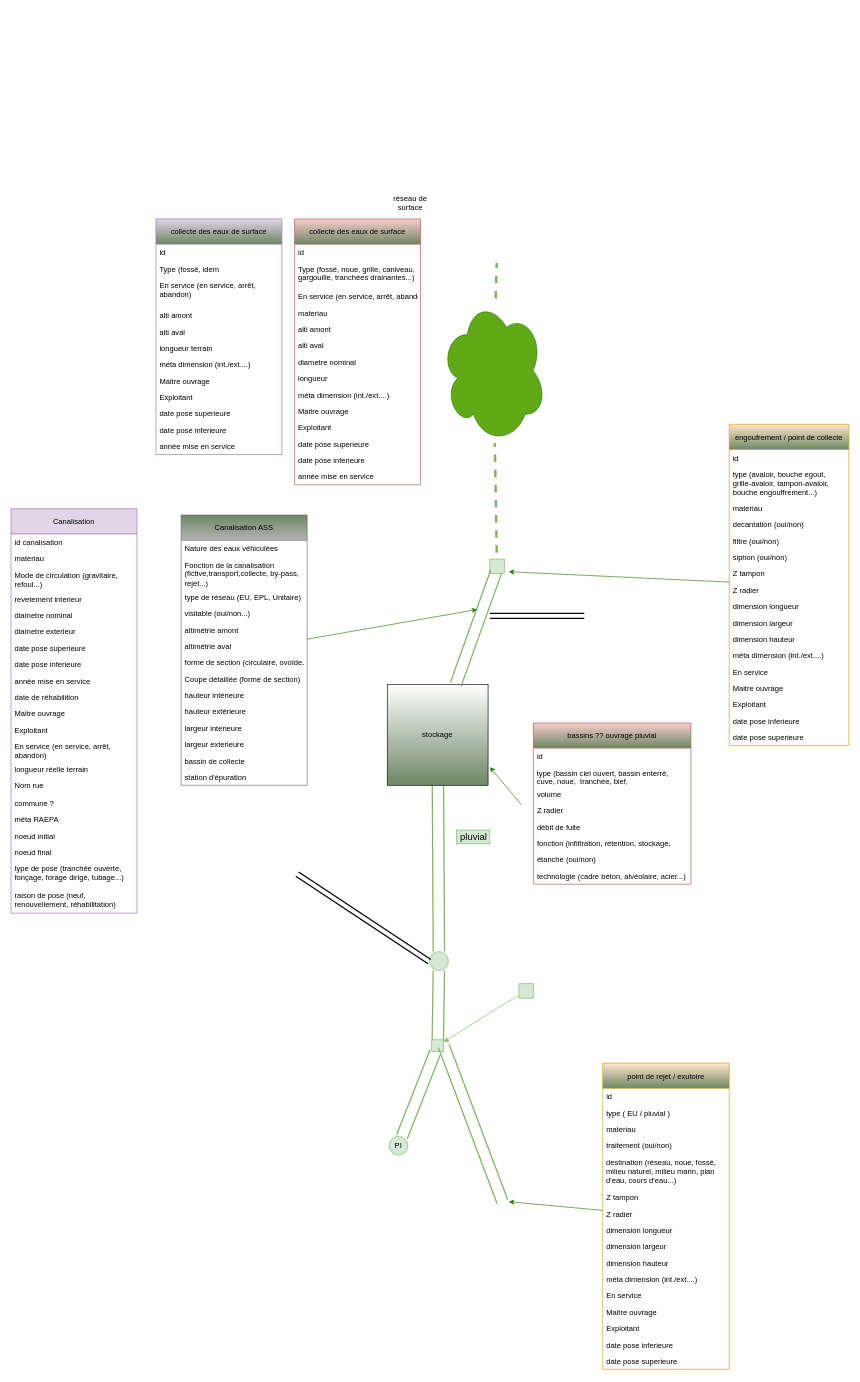
This is page "EPL" (3 of 3) of schema/Rendu_visuel_tableau_matrice.drawio from AlainPasquier/Reseaux-eaux_CNIG, a draw.io file, before an edit. Source tidied: cells renumbered, new cells numbered last; positions are measured from the earlier drawing's top-left corner, leaving out a move shared by most shapes. Both pictures are drawn from the tidied source at 63%, with x=0, y=0 at pixel (11, 193).
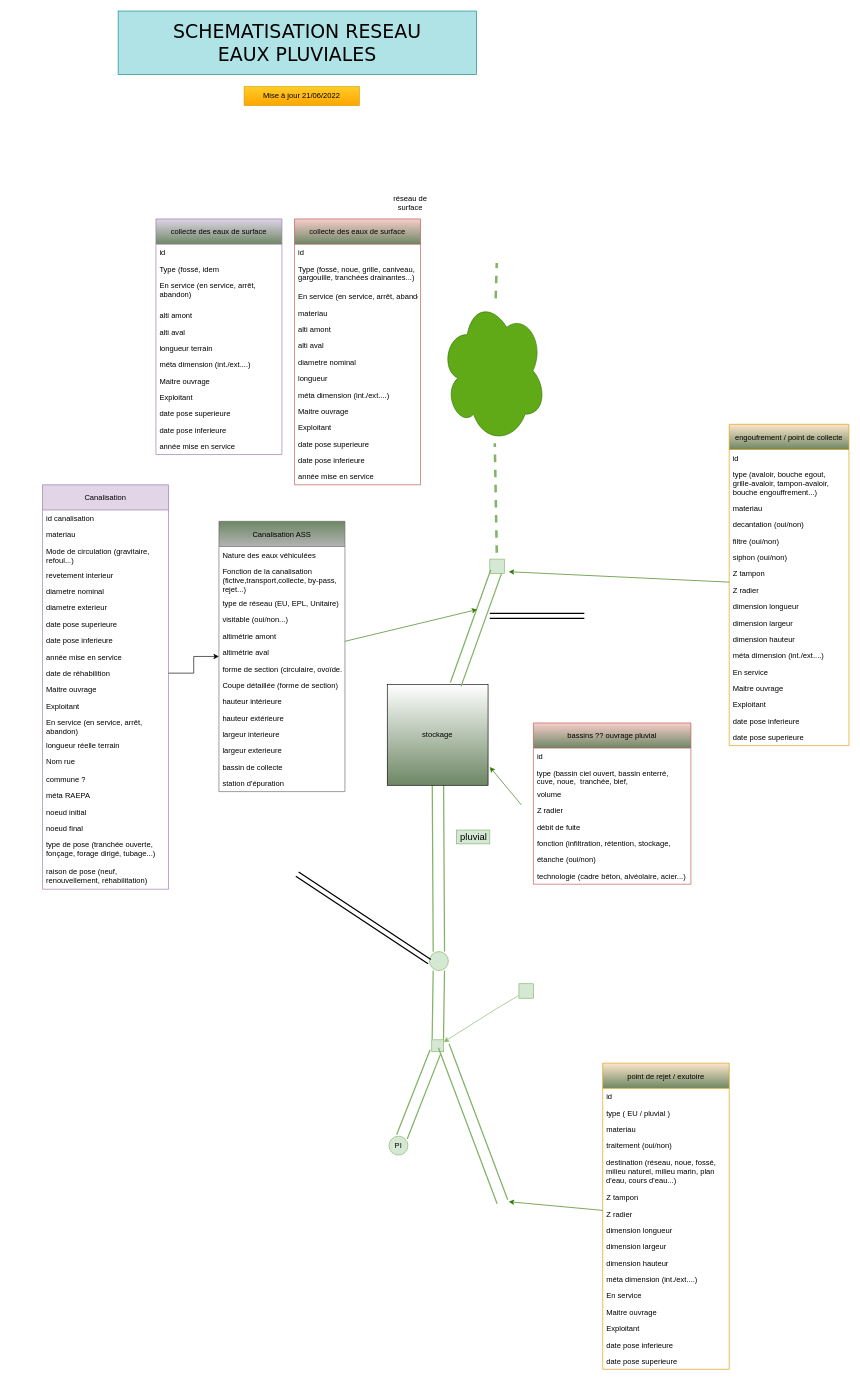
The same page after the edit.

Unchanged cells that the change refers to:
```xml
<mxCell id="75" value="date de réhabilition" style="text;strokeColor=none;fillColor=none;align=left;verticalAlign=top;spacingLeft=4;spacingRight=4;overflow=hidden;points=[[0,0.5],[1,0.5]];portConstraint=eastwest;" parent="65" vertex="1">
  <mxGeometry y="286" width="200" height="26" as="geometry" />
</mxCell>
```

The edit, as a diff of the source:
```diff
@@
     <mxCell id="65" value="Canalisation" style="swimlane;fontStyle=0;horizontal=1;startSize=40;fillColor=#e1d5e7;fontSize=12;strokeColor=#9673a6;" parent="1" vertex="1">
-      <mxGeometry y="500" width="200" height="642" as="geometry" />
+      <mxGeometry x="50" y="462" width="200" height="642" as="geometry" />
     </mxCell>
@@
     <mxCell id="87" value="Canalisation ASS" style="swimlane;fontStyle=0;horizontal=1;startSize=40;fillColor=#6D8764;fontSize=12;strokeColor=#666666;gradientColor=#b3b3b3;" parent="1" vertex="1">
-      <mxGeometry x="270" y="510" width="200" height="429" as="geometry" />
+      <mxGeometry x="330" y="520" width="200" height="429" as="geometry" />
     </mxCell>
@@
+    <mxCell id="134" style="edgeStyle=orthogonalEdgeStyle;rounded=0;jettySize=auto;html=1;" parent="1" edge="1" source="75" target="87">
+      <mxGeometry relative="1" as="geometry" />
+    </mxCell>
+    <mxCell id="135" value="SCHEMATISATION RESEAU&lt;br&gt;EAUX PLUVIALES" style="text;html=1;strokeColor=#0e8088;fillColor=#b0e3e6;align=center;verticalAlign=middle;whiteSpace=wrap;rounded=0;fontFamily=Verdana;labelBackgroundColor=none;fontSize=30;" parent="1" vertex="1">
+      <mxGeometry x="170" y="-290" width="569" height="101" as="geometry" />
+    </mxCell>
+    <mxCell id="136" value="Mise à jour 21/06/2022" style="text;html=1;strokeColor=#d79b00;fillColor=#ffcd28;align=center;verticalAlign=middle;whiteSpace=wrap;rounded=0;fontSize=12;gradientColor=#ffa500;" parent="1" vertex="1">
+      <mxGeometry x="370" y="-170" width="183" height="30" as="geometry" />
+    </mxCell>
```
